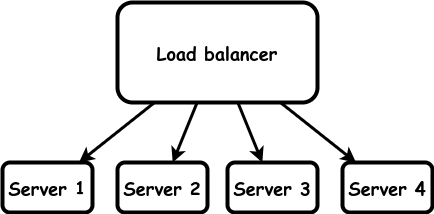
The draw.io diagram images/load-balancing.drawio.png in garfix/architectural-patterns, before a commit. Source tidied: cells renumbered, new cells last; positions are measured from the earlier drawing's top-left corner, leaving out a move shared by most shapes. Its diagram source:
```xml
<mxGraphModel>
  <root>
    <mxCell id="0" />
    <mxCell id="1" parent="0" />
    <mxCell id="2" value="&lt;b style=&quot;font-size: 18px;&quot;&gt;Load balancer&lt;br&gt;&lt;/b&gt;" style="rounded=1;whiteSpace=wrap;html=1;strokeWidth=4;fontFamily=Comic Sans MS;fontSize=18;" parent="1" vertex="1">
      <mxGeometry x="115" width="200" height="100" as="geometry" />
    </mxCell>
    <mxCell id="3" style="endArrow=none;startArrow=classic;html=1;rounded=1;strokeWidth=3;endFill=0;" parent="1" edge="1" source="4" target="2">
      <mxGeometry relative="1" as="geometry" />
    </mxCell>
    <mxCell id="4" value="&lt;b style=&quot;font-size: 18px;&quot;&gt;Server 1&lt;br&gt;&lt;/b&gt;" style="rounded=1;whiteSpace=wrap;html=1;strokeWidth=4;fontFamily=Comic Sans MS;fontSize=18;" parent="1" vertex="1">
      <mxGeometry y="160" width="90" height="50" as="geometry" />
    </mxCell>
    <mxCell id="5" style="endArrow=none;startArrow=classic;html=1;rounded=1;strokeWidth=3;endFill=0;" parent="1" edge="1" source="8" target="2">
      <mxGeometry relative="1" as="geometry" />
    </mxCell>
    <mxCell id="6" style="endArrow=none;startArrow=classic;html=1;rounded=1;strokeWidth=3;endFill=0;" parent="1" edge="1" source="9" target="2">
      <mxGeometry relative="1" as="geometry" />
    </mxCell>
    <mxCell id="7" style="endArrow=none;startArrow=classic;html=1;rounded=1;strokeWidth=3;endFill=0;" parent="1" edge="1" source="10" target="2">
      <mxGeometry relative="1" as="geometry" />
    </mxCell>
    <mxCell id="8" value="&lt;b style=&quot;font-size: 18px;&quot;&gt;Server 2&lt;br&gt;&lt;/b&gt;" style="rounded=1;whiteSpace=wrap;html=1;strokeWidth=4;fontFamily=Comic Sans MS;fontSize=18;" parent="1" vertex="1">
      <mxGeometry x="115" y="160" width="90" height="50" as="geometry" />
    </mxCell>
    <mxCell id="9" value="&lt;b style=&quot;font-size: 18px;&quot;&gt;Server 3&lt;br&gt;&lt;/b&gt;" style="rounded=1;whiteSpace=wrap;html=1;strokeWidth=4;fontFamily=Comic Sans MS;fontSize=18;" parent="1" vertex="1">
      <mxGeometry x="225" y="160" width="90" height="50" as="geometry" />
    </mxCell>
    <mxCell id="10" value="&lt;b style=&quot;font-size: 18px;&quot;&gt;Server 4&lt;br&gt;&lt;/b&gt;" style="rounded=1;whiteSpace=wrap;html=1;strokeWidth=4;fontFamily=Comic Sans MS;fontSize=18;" parent="1" vertex="1">
      <mxGeometry x="340" y="160" width="90" height="50" as="geometry" />
    </mxCell>
  </root>
</mxGraphModel>
```
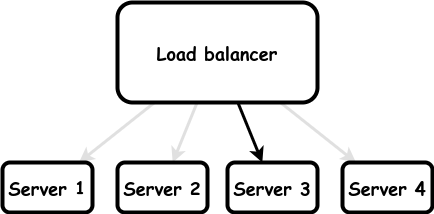
Later version of the same file.

Diff of the diagram source:
```diff
@@ -2,22 +2,19 @@
   <root>
     <mxCell id="0" />
     <mxCell id="1" parent="0" />
-    <mxCell id="2" value="&lt;b style=&quot;font-size: 18px;&quot;&gt;Load balancer&lt;br&gt;&lt;/b&gt;" style="rounded=1;whiteSpace=wrap;html=1;strokeWidth=4;fontFamily=Comic Sans MS;fontSize=18;" parent="1" vertex="1">
-      <mxGeometry x="115" width="200" height="100" as="geometry" />
-    </mxCell>
-    <mxCell id="3" style="endArrow=none;startArrow=classic;html=1;rounded=1;strokeWidth=3;endFill=0;" parent="1" edge="1" source="4" target="2">
+    <mxCell id="3" style="endArrow=none;startArrow=classic;html=1;rounded=1;strokeWidth=3;endFill=0;fillColor=#eeeeee;strokeColor=#E0E0E0;" parent="1" edge="1" source="4" target="2">
       <mxGeometry relative="1" as="geometry" />
     </mxCell>
     <mxCell id="4" value="&lt;b style=&quot;font-size: 18px;&quot;&gt;Server 1&lt;br&gt;&lt;/b&gt;" style="rounded=1;whiteSpace=wrap;html=1;strokeWidth=4;fontFamily=Comic Sans MS;fontSize=18;" parent="1" vertex="1">
       <mxGeometry y="160" width="90" height="50" as="geometry" />
     </mxCell>
-    <mxCell id="5" style="endArrow=none;startArrow=classic;html=1;rounded=1;strokeWidth=3;endFill=0;" parent="1" edge="1" source="8" target="2">
+    <mxCell id="5" style="endArrow=none;startArrow=classic;html=1;rounded=1;strokeWidth=3;endFill=0;strokeColor=#E0E0E0;" parent="1" edge="1" source="8" target="2">
       <mxGeometry relative="1" as="geometry" />
     </mxCell>
     <mxCell id="6" style="endArrow=none;startArrow=classic;html=1;rounded=1;strokeWidth=3;endFill=0;" parent="1" edge="1" source="9" target="2">
       <mxGeometry relative="1" as="geometry" />
     </mxCell>
-    <mxCell id="7" style="endArrow=none;startArrow=classic;html=1;rounded=1;strokeWidth=3;endFill=0;" parent="1" edge="1" source="10" target="2">
+    <mxCell id="7" style="endArrow=none;startArrow=classic;html=1;rounded=1;strokeWidth=3;endFill=0;strokeColor=#E0E0E0;" parent="1" edge="1" source="10" target="2">
       <mxGeometry relative="1" as="geometry" />
     </mxCell>
     <mxCell id="8" value="&lt;b style=&quot;font-size: 18px;&quot;&gt;Server 2&lt;br&gt;&lt;/b&gt;" style="rounded=1;whiteSpace=wrap;html=1;strokeWidth=4;fontFamily=Comic Sans MS;fontSize=18;" parent="1" vertex="1">
@@ -29,5 +26,8 @@
     <mxCell id="10" value="&lt;b style=&quot;font-size: 18px;&quot;&gt;Server 4&lt;br&gt;&lt;/b&gt;" style="rounded=1;whiteSpace=wrap;html=1;strokeWidth=4;fontFamily=Comic Sans MS;fontSize=18;" parent="1" vertex="1">
       <mxGeometry x="340" y="160" width="90" height="50" as="geometry" />
     </mxCell>
+    <mxCell id="2" value="&lt;b style=&quot;font-size: 18px;&quot;&gt;Load balancer&lt;br&gt;&lt;/b&gt;" style="rounded=1;whiteSpace=wrap;html=1;strokeWidth=4;fontFamily=Comic Sans MS;fontSize=18;" parent="1" vertex="1">
+      <mxGeometry x="115" width="200" height="100" as="geometry" />
+    </mxCell>
   </root>
 </mxGraphModel>
```
